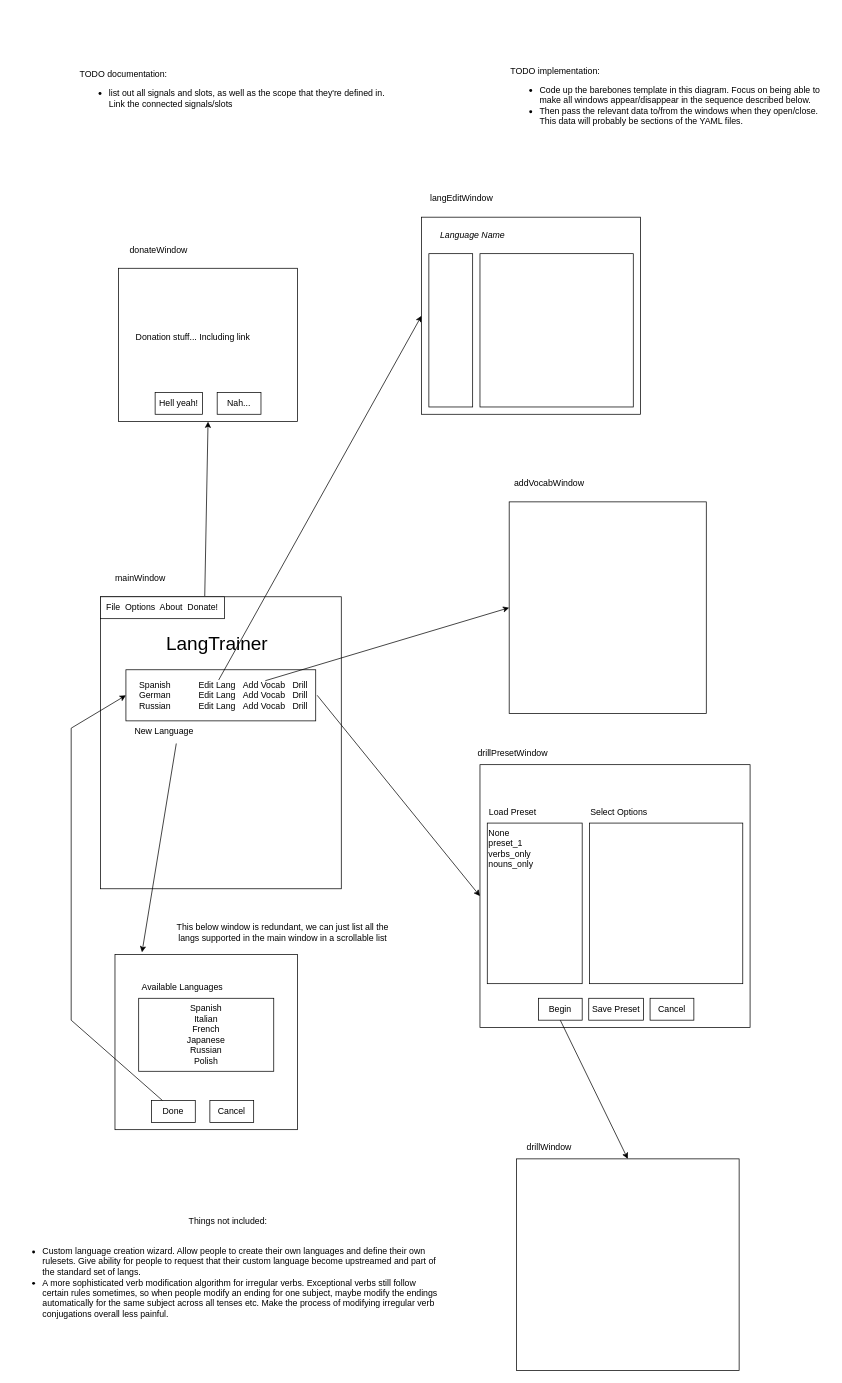
Before: LangTrainerConcept0.1.0.drawio in LiamSkirrow/LangTrainer, a draw.io diagram. Source tidied: cells renumbered, new cells numbered last; positions are measured from the earlier drawing's top-left corner, leaving out a move shared by most shapes. Both pictures are drawn from the tidied source at 73%, with x=0, y=0 at pixel (12, 12).
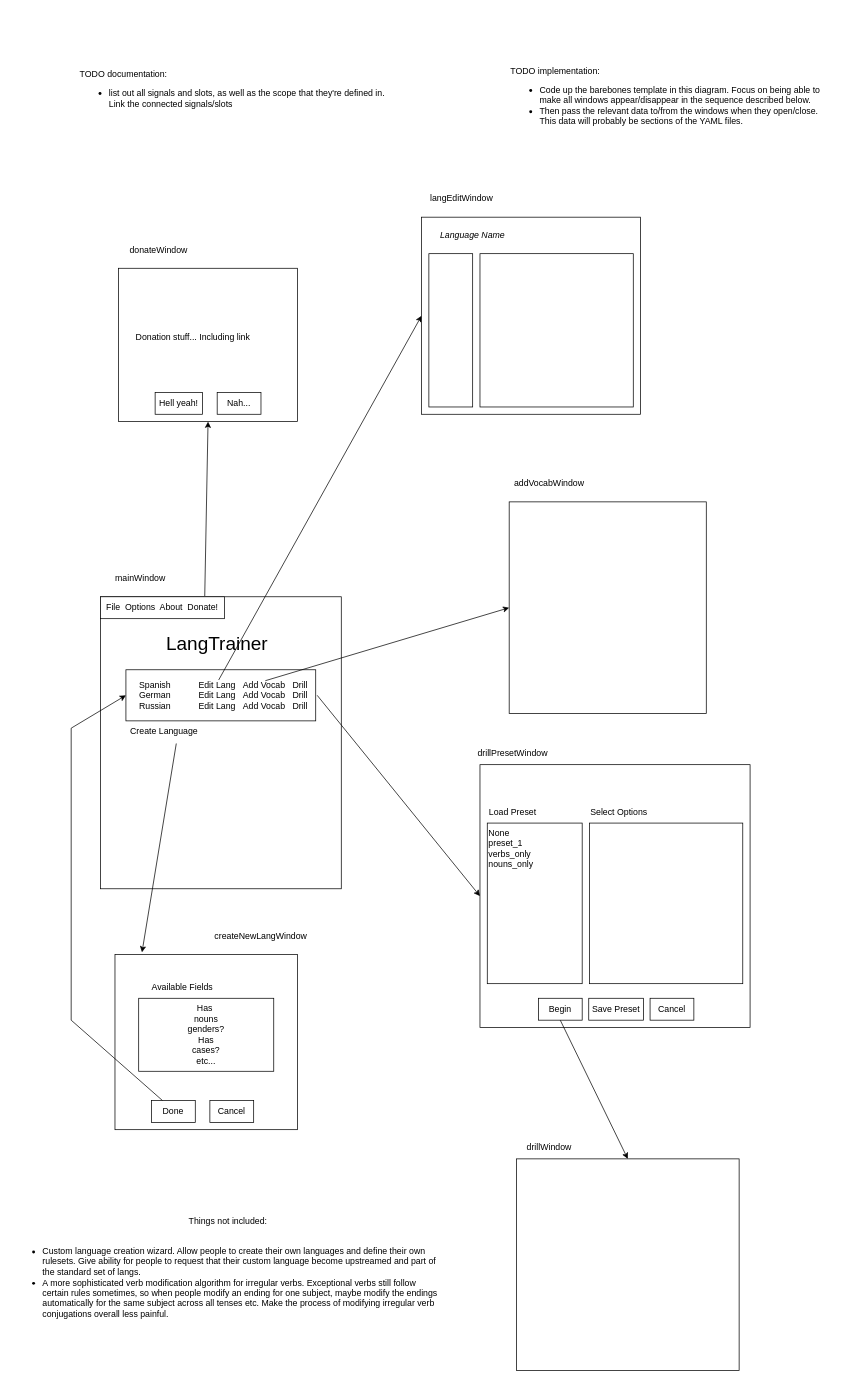
The same page after the edit.

The edit, as a diff of the source:
```diff
@@
-    <mxCell id="8" value="New Language" style="text;html=1;whiteSpace=wrap;strokeColor=none;fillColor=none;align=center;verticalAlign=middle;rounded=0;" parent="1" vertex="1">
+    <mxCell id="8" value="Create Language" style="text;html=1;whiteSpace=wrap;strokeColor=none;fillColor=none;align=center;verticalAlign=middle;rounded=0;" parent="1" vertex="1">
       <mxGeometry x="155" y="970" width="105" height="30" as="geometry" />
     </mxCell>
@@
-    <mxCell id="11" value="Available Languages" style="text;html=1;whiteSpace=wrap;strokeColor=none;fillColor=none;align=center;verticalAlign=middle;rounded=0;" parent="1" vertex="1">
+    <mxCell id="11" value="Available Fields" style="text;html=1;whiteSpace=wrap;strokeColor=none;fillColor=none;align=center;verticalAlign=middle;rounded=0;" parent="1" vertex="1">
       <mxGeometry x="165" y="1320" width="135" height="30" as="geometry" />
     </mxCell>
@@
-    <mxCell id="13" value="Spanish&lt;div&gt;Italian&lt;br&gt;French&lt;/div&gt;&lt;div&gt;Japanese&lt;/div&gt;&lt;div&gt;Russian&lt;/div&gt;&lt;div&gt;Polish&lt;/div&gt;" style="text;html=1;whiteSpace=wrap;strokeColor=none;fillColor=none;align=center;verticalAlign=middle;rounded=0;" parent="1" vertex="1">
+    <mxCell id="13" value="Has&amp;nbsp; nouns genders? Has cases? etc..." style="text;html=1;whiteSpace=wrap;strokeColor=none;fillColor=none;align=center;verticalAlign=middle;rounded=0;" parent="1" vertex="1">
       <mxGeometry x="235" y="1385" width="60" height="30" as="geometry" />
     </mxCell>
@@
-    <mxCell id="42" value="This below window is redundant, we can just list all the langs supported in the main window in a scrollable list" style="text;html=1;whiteSpace=wrap;strokeColor=none;fillColor=none;align=center;verticalAlign=middle;rounded=0;" parent="1" vertex="1">
-      <mxGeometry x="210" y="1245" width="320" height="30" as="geometry" />
-    </mxCell>
@@
+    <mxCell id="51" value="createNewLangWindow" style="text;html=1;whiteSpace=wrap;strokeColor=none;fillColor=none;align=center;verticalAlign=middle;rounded=0;" parent="1" vertex="1">
+      <mxGeometry x="310" y="1250" width="60" height="30" as="geometry" />
+    </mxCell>
```
